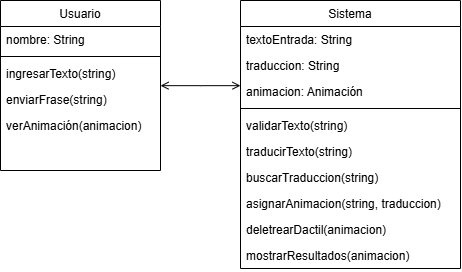
The draw.io diagram Images/Cap 3/clases.png in IvanSMMA/TT1_Document, before a commit. Source tidied: cells renumbered, new cells last; positions are measured from the earlier drawing's top-left corner, leaving out a move shared by most shapes.
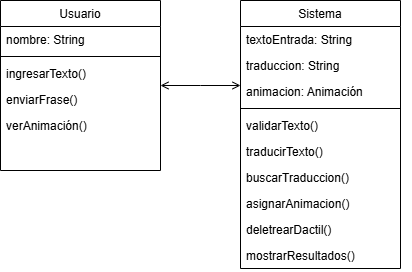
Later version of the same file.

Diff of the diagram source:
```diff
@@ -11,47 +11,47 @@
     <mxCell id="4" style="line;html=1;strokeWidth=1;align=left;verticalAlign=middle;spacingTop=-1;spacingLeft=3;spacingRight=3;labelPosition=right;" parent="2" vertex="1">
       <mxGeometry y="52" width="160" height="8" as="geometry" />
     </mxCell>
-    <mxCell id="5" value="ingresarTexto(string) " style="text;align=left;verticalAlign=top;spacingLeft=4;spacingRight=4;overflow=hidden;" parent="2" vertex="1">
+    <mxCell id="5" value="ingresarTexto() " style="text;align=left;verticalAlign=top;spacingLeft=4;spacingRight=4;overflow=hidden;" parent="2" vertex="1">
       <mxGeometry y="60" width="160" height="26" as="geometry" />
     </mxCell>
-    <mxCell id="6" value="enviarFrase(string) " style="text;align=left;verticalAlign=top;spacingLeft=4;spacingRight=4;overflow=hidden;" parent="2" vertex="1">
+    <mxCell id="6" value="enviarFrase() " style="text;align=left;verticalAlign=top;spacingLeft=4;spacingRight=4;overflow=hidden;" parent="2" vertex="1">
       <mxGeometry y="86" width="160" height="26" as="geometry" />
     </mxCell>
-    <mxCell id="7" value="verAnimación(animacion) " style="text;align=left;verticalAlign=top;spacingLeft=4;spacingRight=4;overflow=hidden;" parent="2" vertex="1">
+    <mxCell id="7" value="verAnimación() " style="text;align=left;verticalAlign=top;spacingLeft=4;spacingRight=4;overflow=hidden;" parent="2" vertex="1">
       <mxGeometry y="112" width="160" height="26" as="geometry" />
     </mxCell>
     <mxCell id="8" value="Sistema" style="swimlane;fontStyle=0;align=center;verticalAlign=top;horizontal=1;startSize=26;rounded=0;shadow=0;strokeWidth=1;" parent="1" vertex="1">
-      <mxGeometry x="240" width="220" height="268" as="geometry" />
+      <mxGeometry x="240" width="160" height="268" as="geometry" />
     </mxCell>
     <mxCell id="9" value="textoEntrada: String   " style="text;align=left;verticalAlign=top;spacingLeft=4;spacingRight=4;overflow=hidden;" parent="8" vertex="1">
-      <mxGeometry y="26" width="220" height="26" as="geometry" />
+      <mxGeometry y="26" width="160" height="26" as="geometry" />
     </mxCell>
     <mxCell id="10" value="traduccion: String" style="text;align=left;verticalAlign=top;spacingLeft=4;spacingRight=4;overflow=hidden;rounded=0;shadow=0;html=0;" parent="8" vertex="1">
-      <mxGeometry y="52" width="220" height="26" as="geometry" />
+      <mxGeometry y="52" width="160" height="26" as="geometry" />
     </mxCell>
     <mxCell id="11" value="animacion: Animación" style="text;align=left;verticalAlign=top;spacingLeft=4;spacingRight=4;overflow=hidden;rounded=0;shadow=0;html=0;" parent="8" vertex="1">
-      <mxGeometry y="78" width="220" height="26" as="geometry" />
+      <mxGeometry y="78" width="160" height="26" as="geometry" />
     </mxCell>
     <mxCell id="12" style="line;html=1;strokeWidth=1;align=left;verticalAlign=middle;spacingTop=-1;spacingLeft=3;spacingRight=3;labelPosition=right;" parent="8" vertex="1">
-      <mxGeometry y="104" width="220" height="8" as="geometry" />
+      <mxGeometry y="104" width="160" height="8" as="geometry" />
     </mxCell>
-    <mxCell id="13" value="validarTexto(string)" style="text;align=left;verticalAlign=top;spacingLeft=4;spacingRight=4;overflow=hidden;" parent="8" vertex="1">
-      <mxGeometry y="112" width="220" height="26" as="geometry" />
+    <mxCell id="13" value="validarTexto()" style="text;align=left;verticalAlign=top;spacingLeft=4;spacingRight=4;overflow=hidden;" parent="8" vertex="1">
+      <mxGeometry y="112" width="160" height="26" as="geometry" />
     </mxCell>
-    <mxCell id="14" value="traducirTexto(string)" style="text;align=left;verticalAlign=top;spacingLeft=4;spacingRight=4;overflow=hidden;" parent="8" vertex="1">
-      <mxGeometry y="138" width="220" height="26" as="geometry" />
+    <mxCell id="14" value="traducirTexto()" style="text;align=left;verticalAlign=top;spacingLeft=4;spacingRight=4;overflow=hidden;" parent="8" vertex="1">
+      <mxGeometry y="138" width="160" height="26" as="geometry" />
     </mxCell>
-    <mxCell id="15" value="buscarTraduccion(string)" style="text;align=left;verticalAlign=top;spacingLeft=4;spacingRight=4;overflow=hidden;" parent="8" vertex="1">
-      <mxGeometry y="164" width="220" height="26" as="geometry" />
+    <mxCell id="15" value="buscarTraduccion()" style="text;align=left;verticalAlign=top;spacingLeft=4;spacingRight=4;overflow=hidden;" parent="8" vertex="1">
+      <mxGeometry y="164" width="160" height="26" as="geometry" />
     </mxCell>
-    <mxCell id="16" value="asignarAnimacion(string, traduccion)" style="text;align=left;verticalAlign=top;spacingLeft=4;spacingRight=4;overflow=hidden;" parent="8" vertex="1">
-      <mxGeometry y="190" width="220" height="26" as="geometry" />
+    <mxCell id="16" value="asignarAnimacion()" style="text;align=left;verticalAlign=top;spacingLeft=4;spacingRight=4;overflow=hidden;" parent="8" vertex="1">
+      <mxGeometry y="190" width="160" height="26" as="geometry" />
     </mxCell>
-    <mxCell id="17" value="deletrearDactil(animacion)" style="text;align=left;verticalAlign=top;spacingLeft=4;spacingRight=4;overflow=hidden;" parent="8" vertex="1">
-      <mxGeometry y="216" width="220" height="26" as="geometry" />
+    <mxCell id="17" value="deletrearDactil()" style="text;align=left;verticalAlign=top;spacingLeft=4;spacingRight=4;overflow=hidden;" parent="8" vertex="1">
+      <mxGeometry y="216" width="160" height="26" as="geometry" />
     </mxCell>
-    <mxCell id="18" value="mostrarResultados(animacion)" style="text;align=left;verticalAlign=top;spacingLeft=4;spacingRight=4;overflow=hidden;" parent="8" vertex="1">
-      <mxGeometry y="242" width="220" height="26" as="geometry" />
+    <mxCell id="18" value="mostrarResultados()" style="text;align=left;verticalAlign=top;spacingLeft=4;spacingRight=4;overflow=hidden;" parent="8" vertex="1">
+      <mxGeometry y="242" width="160" height="26" as="geometry" />
     </mxCell>
     <mxCell id="19" style="endArrow=open;shadow=0;strokeWidth=1;rounded=0;curved=0;endFill=1;edgeStyle=elbowEdgeStyle;elbow=vertical;startArrow=open;startFill=0;" parent="1" edge="1" source="2" target="8">
       <mxGeometry x="0.5" y="41" relative="1" as="geometry">
```
